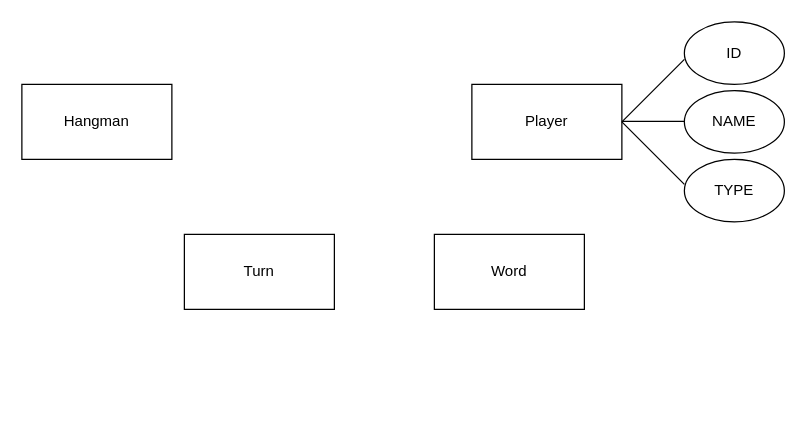
Above: docs/Untitled Diagram.drawio in Dina-Tumanita/01-JSON-Diagrama-de-base-de-datos---HangMan (draw.io), before the change. Source tidied: cells renumbered, new cells numbered last; positions are measured from the earlier drawing's top-left corner, leaving out a move shared by most shapes. Both pictures are drawn from the tidied source at 125%, with x=0, y=0 at pixel (21, 21).
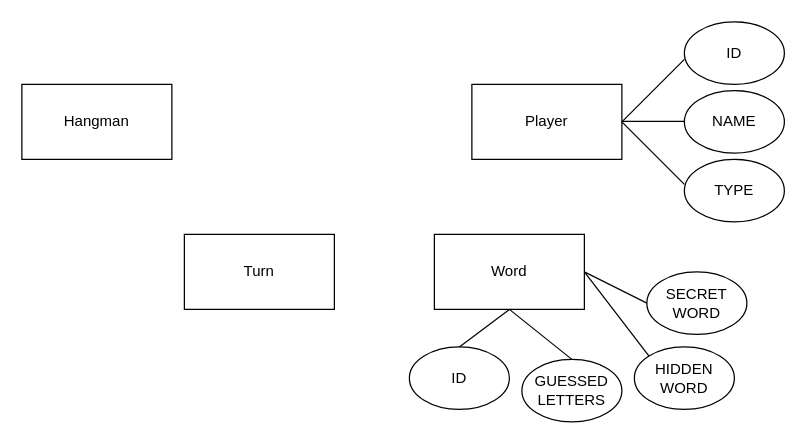
The same page after the edit.

Unchanged cells that the change refers to:
```xml
<mxCell id="8" value="Word" style="rounded=0;whiteSpace=wrap;html=1;" parent="1" vertex="1">
  <mxGeometry x="330" y="170" width="120" height="60" as="geometry" />
</mxCell>
```

The edit, as a diff of the source:
```diff
@@
+    <mxCell id="12" value="SECRET&lt;br&gt;WORD" style="ellipse;whiteSpace=wrap;html=1;" parent="1" vertex="1">
+      <mxGeometry x="500" y="200" width="80" height="50" as="geometry" />
+    </mxCell>
+    <mxCell id="13" value="HIDDEN&lt;br&gt;WORD" style="ellipse;whiteSpace=wrap;html=1;" parent="1" vertex="1">
+      <mxGeometry x="490" y="260" width="80" height="50" as="geometry" />
+    </mxCell>
+    <mxCell id="14" value="GUESSED&lt;br&gt;LETTERS" style="ellipse;whiteSpace=wrap;html=1;" parent="1" vertex="1">
+      <mxGeometry x="400" y="270" width="80" height="50" as="geometry" />
+    </mxCell>
+    <mxCell id="15" value="ID" style="ellipse;whiteSpace=wrap;html=1;" parent="1" vertex="1">
+      <mxGeometry x="310" y="260" width="80" height="50" as="geometry" />
+    </mxCell>
+    <mxCell id="16" style="endArrow=none;html=1;rounded=0;entryX=0;entryY=0.5;entryDx=0;entryDy=0;" parent="1" edge="1" target="12">
+      <mxGeometry relative="1" as="geometry">
+        <mxPoint x="450" y="200" as="sourcePoint" />
+      </mxGeometry>
+    </mxCell>
+    <mxCell id="17" style="endArrow=none;html=1;rounded=0;entryX=0.5;entryY=1;entryDx=0;entryDy=0;exitX=0.5;exitY=0;exitDx=0;exitDy=0;" parent="1" edge="1" source="15" target="8">
+      <mxGeometry relative="1" as="geometry" />
+    </mxCell>
+    <mxCell id="18" style="endArrow=none;html=1;rounded=0;exitX=0.5;exitY=0;exitDx=0;exitDy=0;" parent="1" edge="1" source="14">
+      <mxGeometry relative="1" as="geometry">
+        <mxPoint x="390" y="230" as="targetPoint" />
+      </mxGeometry>
+    </mxCell>
+    <mxCell id="19" style="endArrow=none;html=1;rounded=0;entryX=0;entryY=0;entryDx=0;entryDy=0;" parent="1" edge="1" target="13">
+      <mxGeometry relative="1" as="geometry">
+        <mxPoint x="450" y="200" as="sourcePoint" />
+      </mxGeometry>
+    </mxCell>
```
